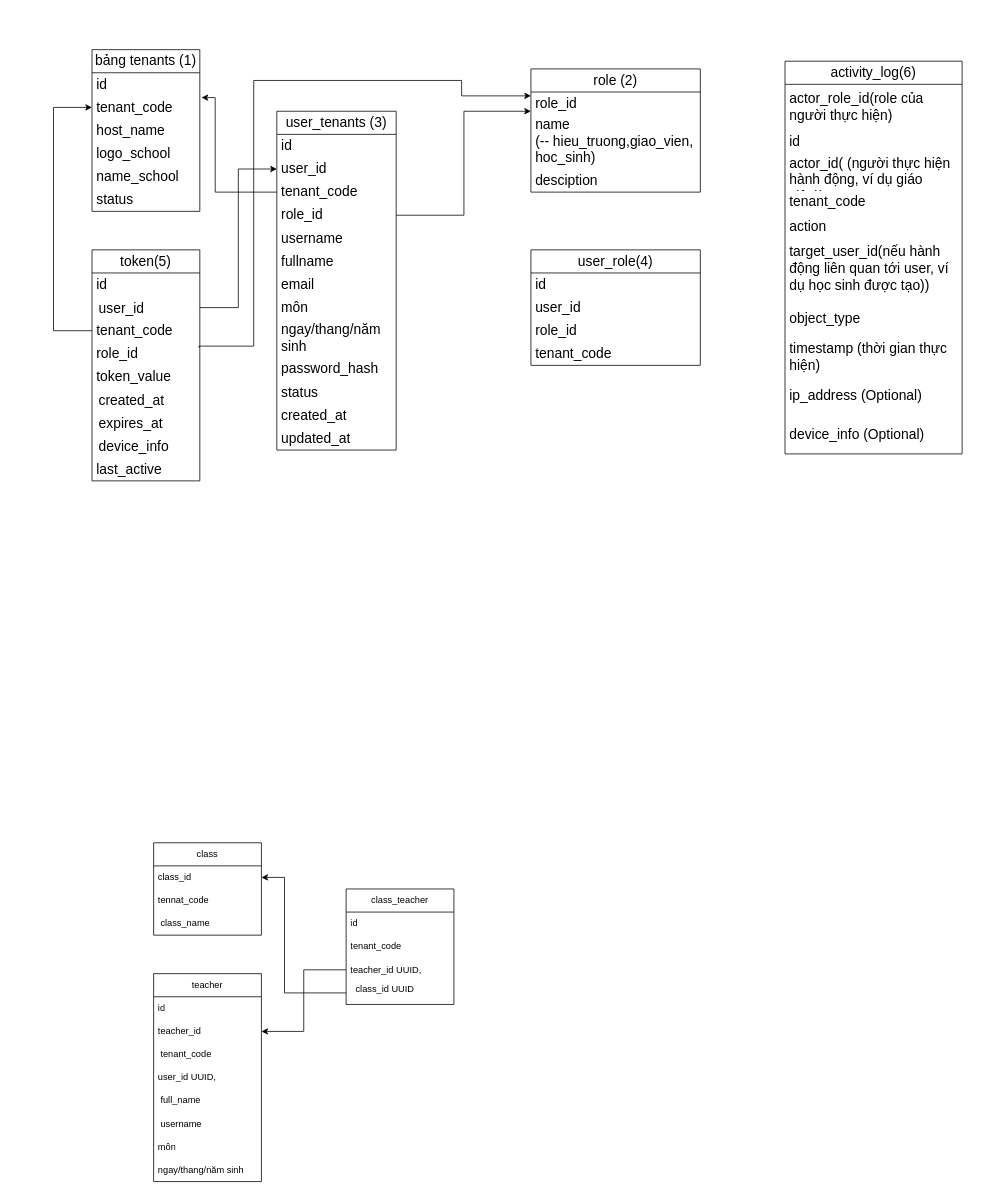
Above: csdlstudy.drawio in vuongnd03/black-had (draw.io), before the change. Source tidied: cells renumbered, new cells numbered last; positions are measured from the earlier drawing's top-left corner, leaving out a move shared by most shapes. Both pictures are drawn from the tidied source at 77%, with x=0, y=0 at pixel (53, 49).
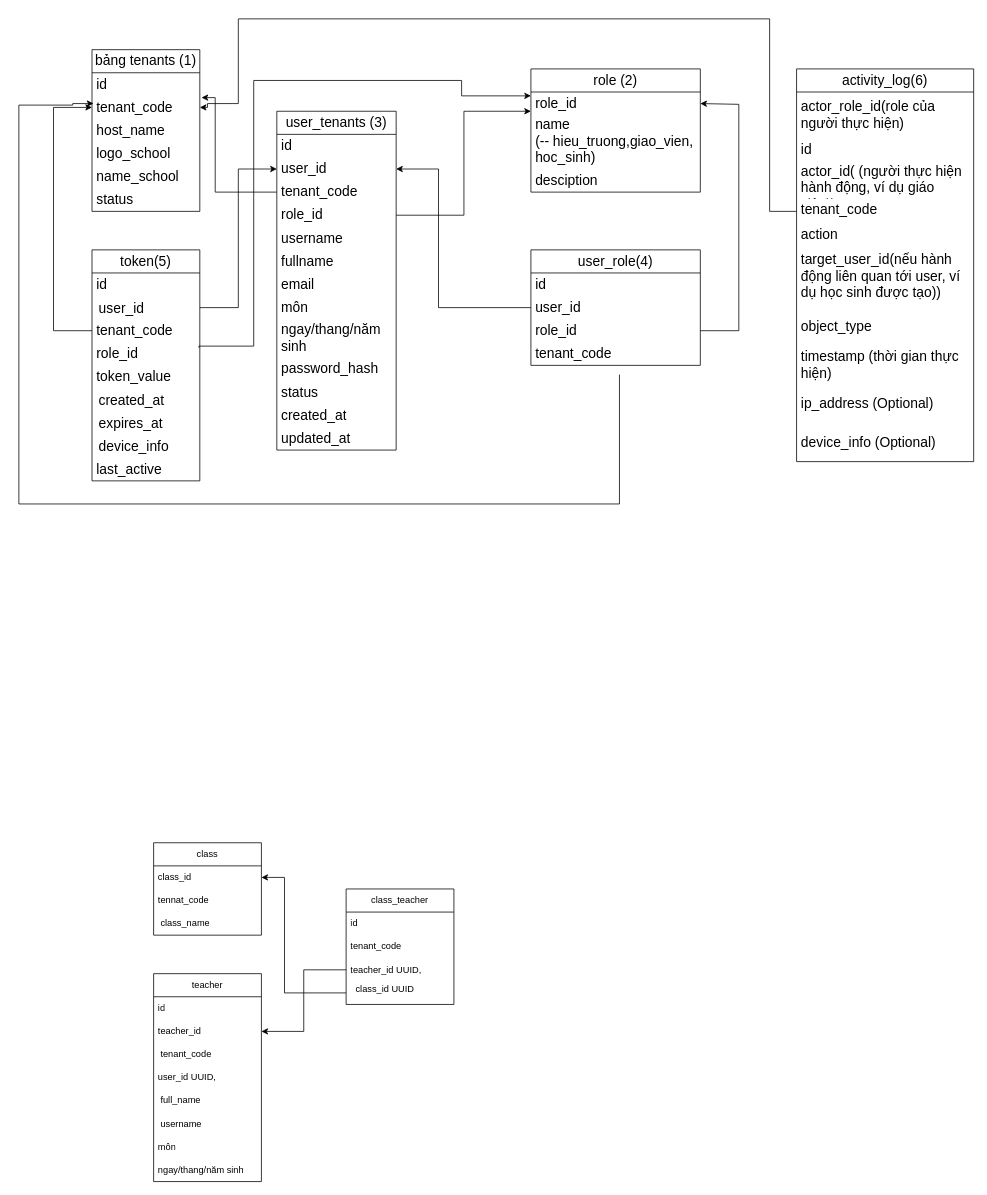
The same diagram, later.

The change refers to these unchanged cells:
```xml
<mxCell id="4" value="&lt;font style=&quot;font-size: 18px;&quot;&gt;tenant_code&lt;/font&gt;" style="text;strokeColor=none;fillColor=none;align=left;verticalAlign=middle;spacingLeft=4;spacingRight=4;overflow=hidden;points=[[0,0.5],[1,0.5]];portConstraint=eastwest;whiteSpace=wrap;html=1;" parent="2" vertex="1">
  <mxGeometry y="60" width="140" height="30" as="geometry" />
</mxCell>
<mxCell id="10" value="&lt;font style=&quot;font-size: 18px;&quot;&gt;role_id&lt;/font&gt;" style="text;strokeColor=none;fillColor=none;align=left;verticalAlign=middle;spacingLeft=4;spacingRight=4;overflow=hidden;points=[[0,0.5],[1,0.5]];portConstraint=eastwest;whiteSpace=wrap;html=1;" parent="9" vertex="1">
  <mxGeometry y="30" width="220" height="30" as="geometry" />
</mxCell>
<mxCell id="15" value="&lt;font style=&quot;font-size: 18px;&quot;&gt;user_id&lt;/font&gt;" style="text;strokeColor=none;fillColor=none;align=left;verticalAlign=middle;spacingLeft=4;spacingRight=4;overflow=hidden;points=[[0,0.5],[1,0.5]];portConstraint=eastwest;whiteSpace=wrap;html=1;" parent="13" vertex="1">
  <mxGeometry y="60" width="155" height="30" as="geometry" />
</mxCell>
<mxCell id="29" value="&lt;font style=&quot;font-size: 18px;&quot;&gt;user_id&lt;/font&gt;" style="text;strokeColor=none;fillColor=none;align=left;verticalAlign=middle;spacingLeft=4;spacingRight=4;overflow=hidden;points=[[0,0.5],[1,0.5]];portConstraint=eastwest;whiteSpace=wrap;html=1;" parent="27" vertex="1">
  <mxGeometry y="60" width="220" height="30" as="geometry" />
</mxCell>
<mxCell id="30" value="&lt;font style=&quot;font-size: 18px;&quot;&gt;role_id&lt;/font&gt;" style="text;strokeColor=none;fillColor=none;align=left;verticalAlign=middle;spacingLeft=4;spacingRight=4;overflow=hidden;points=[[0,0.5],[1,0.5]];portConstraint=eastwest;whiteSpace=wrap;html=1;" parent="27" vertex="1">
  <mxGeometry y="90" width="220" height="30" as="geometry" />
</mxCell>
<mxCell id="48" value="&lt;font style=&quot;font-size: 18px;&quot;&gt;tenant_code&lt;br&gt;&lt;/font&gt;&lt;table&gt;&lt;tbody&gt;&lt;tr&gt;&lt;td&gt;&lt;/td&gt;&lt;/tr&gt;&lt;/tbody&gt;&lt;/table&gt;" style="text;strokeColor=none;fillColor=none;align=left;verticalAlign=middle;spacingLeft=4;spacingRight=4;overflow=hidden;points=[[0,0.5],[1,0.5]];portConstraint=eastwest;whiteSpace=wrap;html=1;" parent="44" vertex="1">
  <mxGeometry y="170" width="230" height="30" as="geometry" />
</mxCell>
```

What changed in the source:
```diff
@@
     <mxCell id="44" value="&lt;font style=&quot;font-size: 18px;&quot;&gt;activity_log(6)&lt;/font&gt;" style="swimlane;fontStyle=0;horizontal=1;startSize=30;whiteSpace=wrap;html=1;" parent="1" vertex="1">
-      <mxGeometry x="950" y="15" width="230" height="510" as="geometry" />
+      <mxGeometry x="965" y="25" width="230" height="510" as="geometry" />
     </mxCell>
@@
+    <mxCell id="78" style="edgeStyle=orthogonalEdgeStyle;rounded=0;jettySize=auto;html=1;entryX=1;entryY=0.5;entryDx=0;entryDy=0;" parent="1" edge="1" source="29" target="15">
+      <mxGeometry relative="1" as="geometry">
+        <Array as="points">
+          <mxPoint x="500" y="335" />
+          <mxPoint x="500" y="155" />
+        </Array>
+      </mxGeometry>
+    </mxCell>
+    <mxCell id="79" style="edgeStyle=orthogonalEdgeStyle;rounded=0;jettySize=auto;html=1;entryX=1;entryY=0.5;entryDx=0;entryDy=0;" parent="1" edge="1" source="30" target="10">
+      <mxGeometry relative="1" as="geometry">
+        <Array as="points">
+          <mxPoint x="890" y="365" />
+          <mxPoint x="890" y="71" />
+        </Array>
+      </mxGeometry>
+    </mxCell>
+    <mxCell id="80" style="edgeStyle=orthogonalEdgeStyle;rounded=0;orthogonalLoop=1;jettySize=auto;html=1;entryX=-0.022;entryY=-0.066;entryDx=0;entryDy=0;entryPerimeter=0;" parent="1" edge="1">
+      <mxGeometry relative="1" as="geometry">
+        <mxPoint x="735" y="422" as="sourcePoint" />
+        <mxPoint x="51.9" y="70" as="targetPoint" />
+        <Array as="points">
+          <mxPoint x="735" y="590" />
+          <mxPoint x="-45" y="590" />
+          <mxPoint x="-45" y="72" />
+          <mxPoint x="25" y="72" />
+          <mxPoint x="25" y="70" />
+        </Array>
+      </mxGeometry>
+    </mxCell>
+    <mxCell id="81" style="edgeStyle=orthogonalEdgeStyle;rounded=0;jettySize=auto;html=1;entryX=1;entryY=0.5;entryDx=0;entryDy=0;" parent="1" edge="1" source="48" target="4">
+      <mxGeometry relative="1" as="geometry">
+        <Array as="points">
+          <mxPoint x="930" y="210" />
+          <mxPoint x="930" y="-40" />
+          <mxPoint x="240" y="-40" />
+          <mxPoint x="240" y="70" />
+          <mxPoint x="200" y="70" />
+          <mxPoint x="200" y="75" />
+        </Array>
+      </mxGeometry>
+    </mxCell>
```
